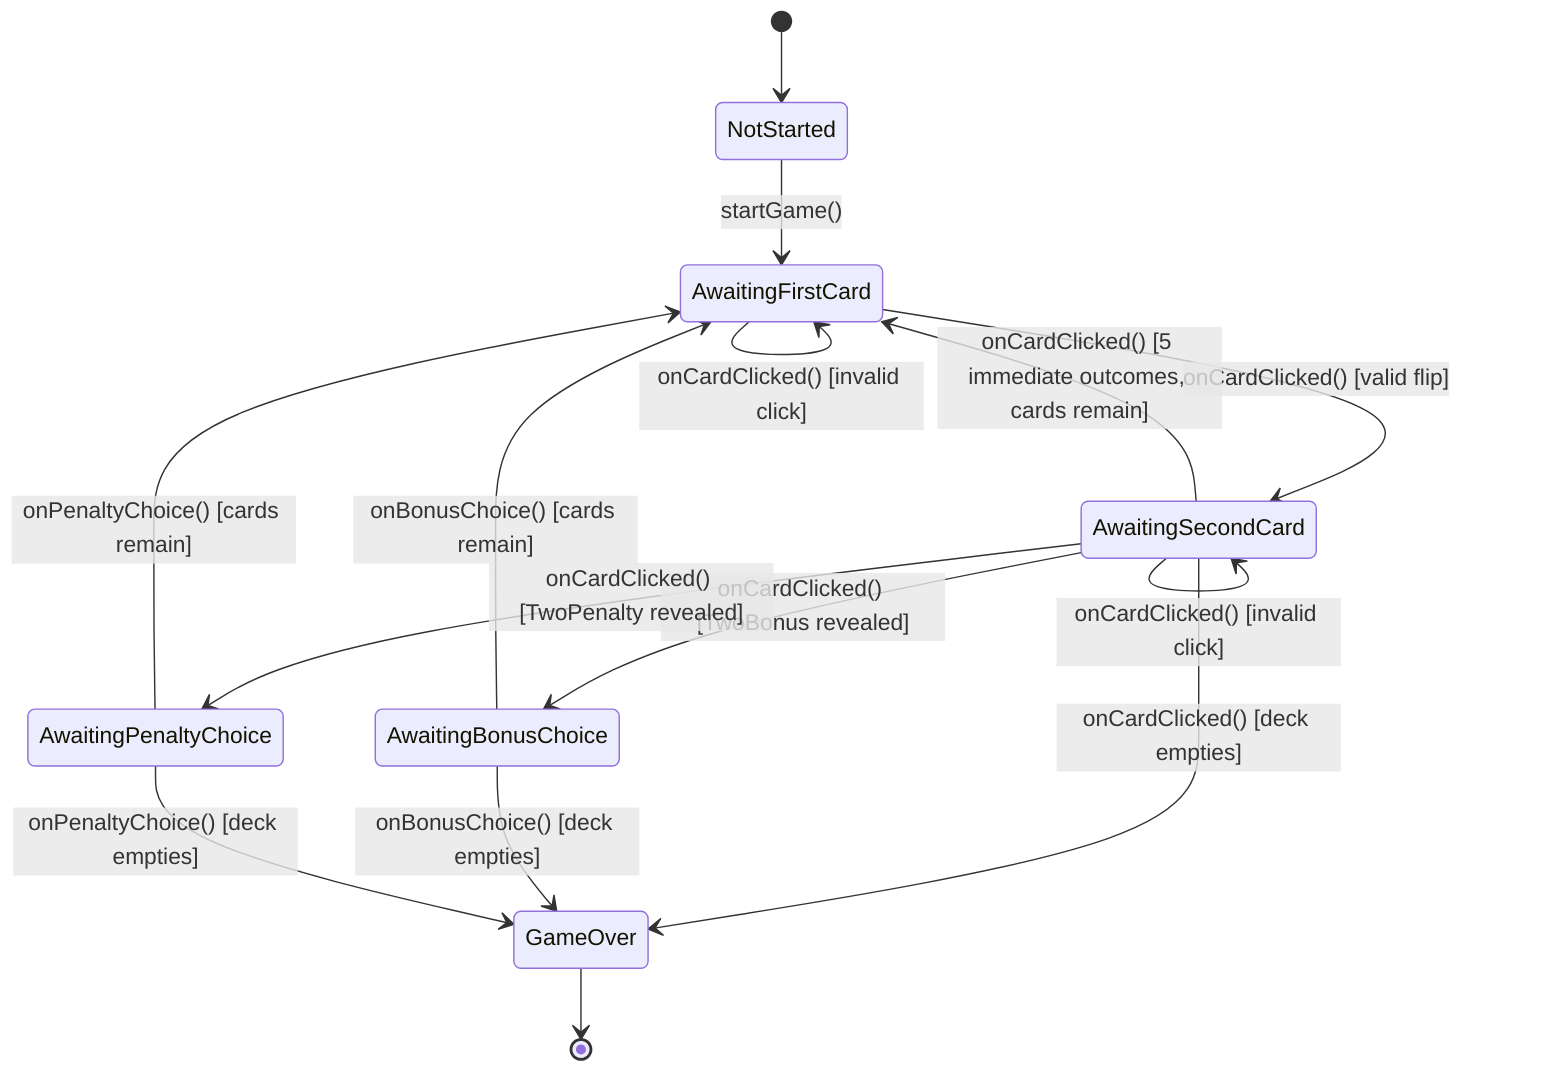
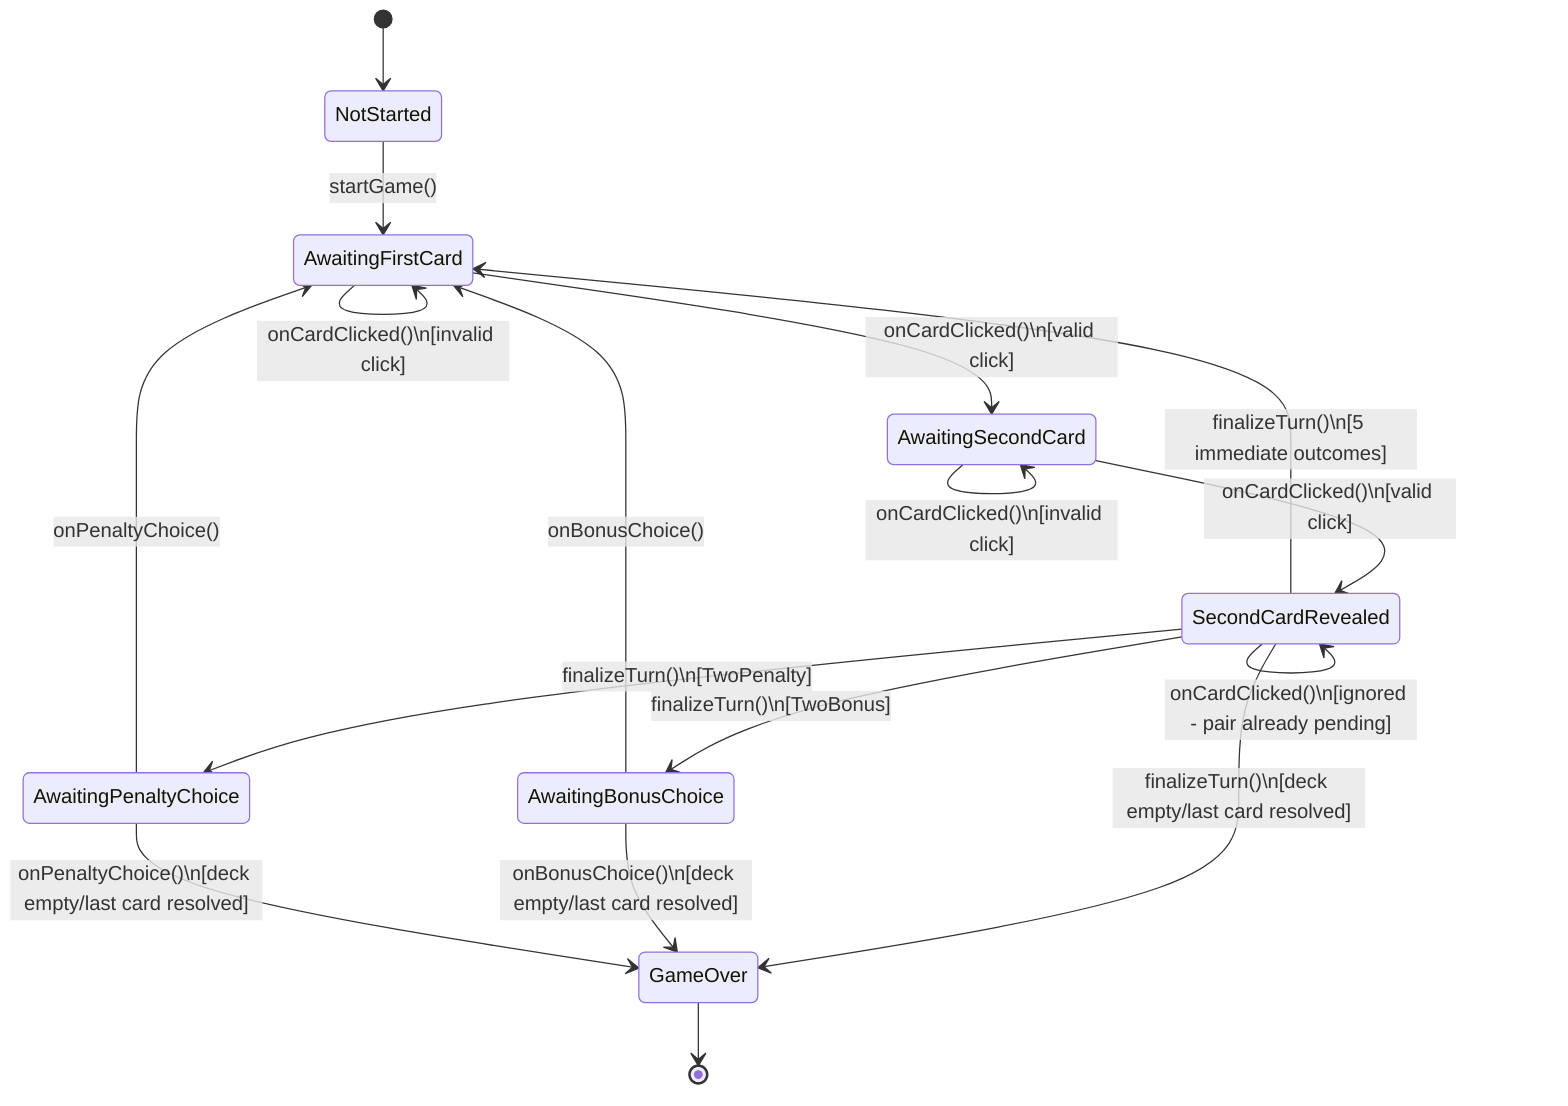
stateDiagram-v2
    [*] --> NotStarted
    NotStarted --> AwaitingFirstCard : startGame()

-     AwaitingFirstCard --> AwaitingSecondCard : onCardClicked() [valid flip]
-     AwaitingFirstCard --> AwaitingFirstCard : onCardClicked() [invalid click]
+     AwaitingFirstCard --> AwaitingFirstCard : onCardClicked()\n[invalid click]
+     AwaitingFirstCard --> AwaitingSecondCard : onCardClicked()\n[valid click]

-     AwaitingSecondCard --> AwaitingSecondCard : onCardClicked() [invalid click]
-     AwaitingSecondCard --> AwaitingBonusChoice : onCardClicked() [TwoBonus revealed]
-     AwaitingSecondCard --> AwaitingPenaltyChoice : onCardClicked() [TwoPenalty revealed]
-     AwaitingSecondCard --> AwaitingFirstCard : onCardClicked() [5 immediate outcomes, cards remain]
-     AwaitingSecondCard --> GameOver : onCardClicked() [deck empties]
+     AwaitingSecondCard --> AwaitingSecondCard : onCardClicked()\n[invalid click]
+     AwaitingSecondCard --> SecondCardRevealed : onCardClicked()\n[valid click]

-     AwaitingBonusChoice --> AwaitingFirstCard : onBonusChoice() [cards remain]
-     AwaitingBonusChoice --> GameOver : onBonusChoice() [deck empties]
+     SecondCardRevealed --> SecondCardRevealed : onCardClicked()\n[ignored - pair already pending]
+     SecondCardRevealed --> AwaitingFirstCard : finalizeTurn()\n[5 immediate outcomes]
+     SecondCardRevealed --> AwaitingBonusChoice : finalizeTurn()\n[TwoBonus]
+     SecondCardRevealed --> AwaitingPenaltyChoice : finalizeTurn()\n[TwoPenalty]

-     AwaitingPenaltyChoice --> AwaitingFirstCard : onPenaltyChoice() [cards remain]
-     AwaitingPenaltyChoice --> GameOver : onPenaltyChoice() [deck empties]
+     AwaitingBonusChoice --> AwaitingFirstCard : onBonusChoice()
+     AwaitingPenaltyChoice --> AwaitingFirstCard : onPenaltyChoice()
+ 
+     SecondCardRevealed --> GameOver : finalizeTurn()\n[deck empty/last card resolved]
+     AwaitingBonusChoice --> GameOver : onBonusChoice()\n[deck empty/last card resolved]
+     AwaitingPenaltyChoice --> GameOver : onPenaltyChoice()\n[deck empty/last card resolved]

    GameOver --> [*]
